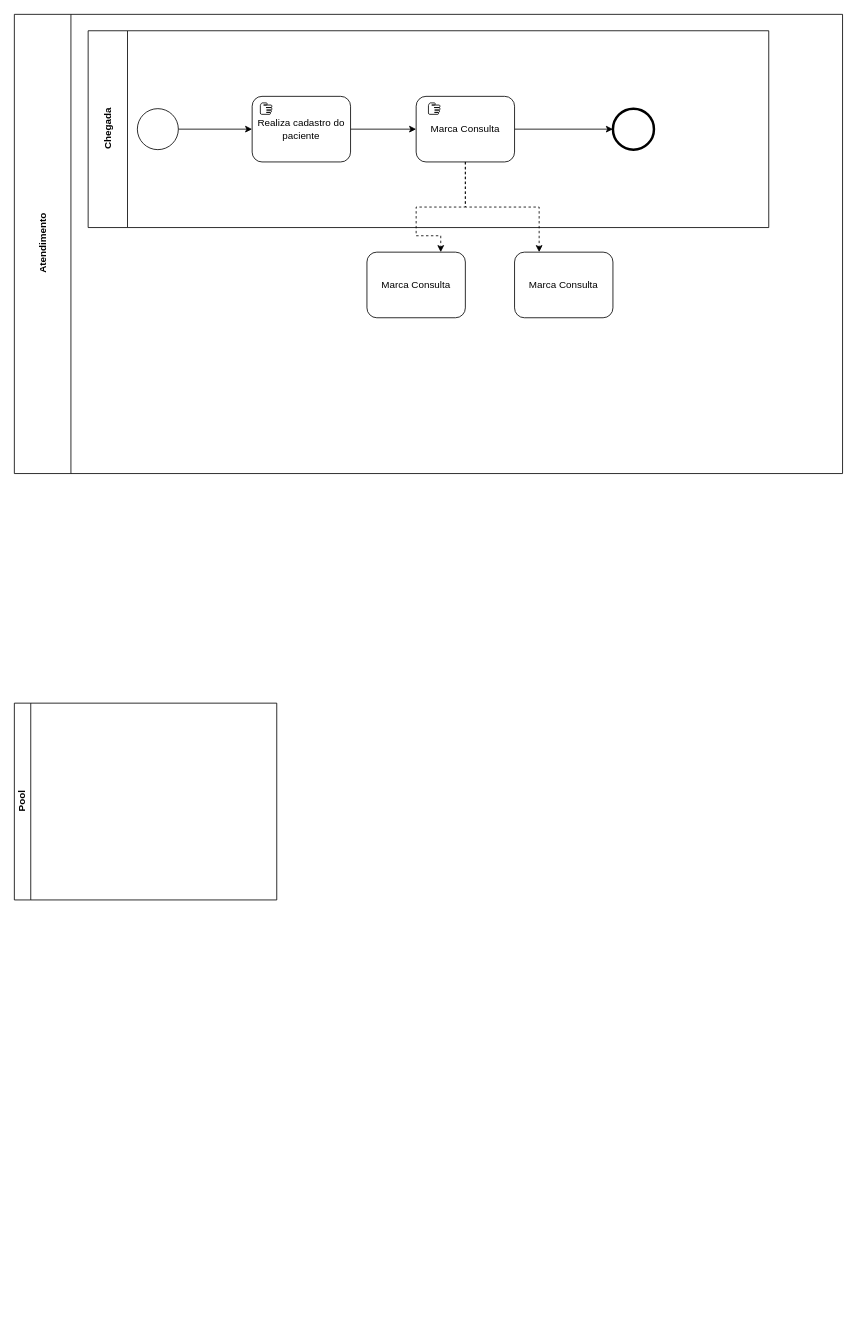
This is Untitled Diagram.drawio from ArieiiV/BPMN, a draw.io file, before an edit. Source tidied: cells renumbered, new cells numbered last; positions are measured from the earlier drawing's top-left corner, leaving out a move shared by most shapes. Both pictures are drawn from the tidied source at 82%, with x=0, y=0 at pixel (14, 14).
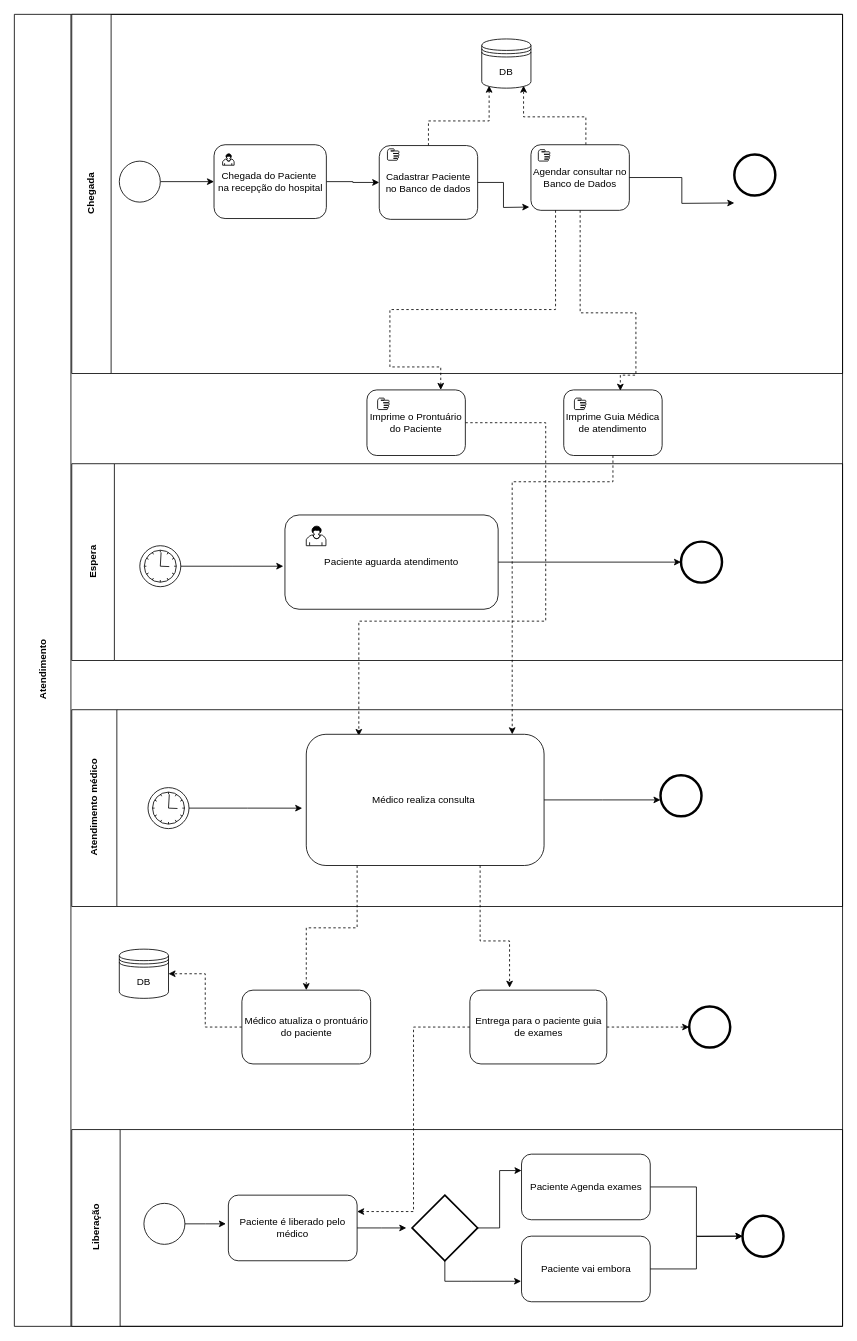
The same page after the edit.

Diff of the diagram source:
```diff
@@
     <mxCell id="2" value="Atendimento" style="swimlane;html=1;horizontal=0;startSize=69;" parent="1" vertex="1">
-      <mxGeometry width="1010" height="560" as="geometry" />
+      <mxGeometry width="1010" height="1600" as="geometry" />
     </mxCell>
     <mxCell id="3" value="Chegada" style="swimlane;html=1;horizontal=0;startSize=48;" parent="2" vertex="1">
-      <mxGeometry x="90" y="20" width="830" height="240" as="geometry" />
+      <mxGeometry x="70" width="940" height="438" as="geometry" />
     </mxCell>
-    <mxCell id="4" style="edgeStyle=orthogonalEdgeStyle;rounded=0;jettySize=auto;html=1;entryX=0;entryY=0.5;entryDx=0;entryDy=0;" parent="3" edge="1" source="5" target="7">
-      <mxGeometry relative="1" as="geometry" />
-    </mxCell>
+    <mxCell id="18" style="edgeStyle=orthogonalEdgeStyle;rounded=0;jettySize=auto;html=1;entryX=0;entryY=0.5;entryDx=0;entryDy=0;" parent="3" edge="1" source="5" target="22">
+      <mxGeometry relative="1" as="geometry" />
+    </mxCell>
     <mxCell id="5" style="shape=mxgraph.bpmn.shape;html=1;verticalLabelPosition=bottom;labelBackgroundColor=#ffffff;verticalAlign=top;align=center;perimeter=ellipsePerimeter;outlineConnect=0;outline=standard;symbol=general;" parent="3" vertex="1">
-      <mxGeometry x="60" y="95" width="50" height="50" as="geometry" />
+      <mxGeometry x="58" y="179" width="50" height="50" as="geometry" />
     </mxCell>
-    <mxCell id="6" style="edgeStyle=orthogonalEdgeStyle;rounded=0;jettySize=auto;html=1;entryX=0;entryY=0.5;entryDx=0;entryDy=0;" parent="3" edge="1" source="7" target="10">
-      <mxGeometry relative="1" as="geometry" />
-    </mxCell>
+    <mxCell id="19" style="edgeStyle=orthogonalEdgeStyle;rounded=0;jettySize=auto;html=1;entryX=0.15;entryY=0.95;entryDx=0;entryDy=0;entryPerimeter=0;dashed=1;" parent="3" edge="1" source="7" target="24">
+      <mxGeometry relative="1" as="geometry">
+        <Array as="points">
+          <mxPoint x="435" y="130" />
+          <mxPoint x="509" y="130" />
+        </Array>
+      </mxGeometry>
+    </mxCell>
-    <mxCell id="7" value="Realiza cadastro do paciente" style="shape=ext;rounded=1;html=1;whiteSpace=wrap;" parent="3" vertex="1">
-      <mxGeometry x="200" y="80" width="120" height="80" as="geometry" />
+    <mxCell id="7" value="Cadastrar Paciente no Banco de dados" style="shape=ext;rounded=1;html=1;whiteSpace=wrap;direction=south;" parent="3" vertex="1">
+      <mxGeometry x="375" y="160" width="120" height="90" as="geometry" />
     </mxCell>
     <mxCell id="8" style="shape=mxgraph.bpmn.manual_task;html=1;" parent="3" vertex="1">
-      <mxGeometry x="210" y="88" width="14" height="14" as="geometry" />
+      <mxGeometry x="385" y="164" width="14" height="14" as="geometry" />
     </mxCell>
-    <mxCell id="9" style="edgeStyle=orthogonalEdgeStyle;rounded=0;jettySize=auto;html=1;entryX=0;entryY=0.5;entryDx=0;entryDy=0;" parent="3" edge="1" source="10" target="12">
-      <mxGeometry relative="1" as="geometry" />
-    </mxCell>
+    <mxCell id="20" style="edgeStyle=orthogonalEdgeStyle;rounded=0;jettySize=auto;html=1;entryX=0.85;entryY=0.95;entryDx=0;entryDy=0;entryPerimeter=0;dashed=1;" parent="3" edge="1" source="10" target="24">
+      <mxGeometry relative="1" as="geometry">
+        <Array as="points">
+          <mxPoint x="627" y="125" />
+          <mxPoint x="551" y="125" />
+        </Array>
+      </mxGeometry>
+    </mxCell>
-    <mxCell id="10" value="Marca Consulta" style="shape=ext;rounded=1;html=1;whiteSpace=wrap;" parent="3" vertex="1">
-      <mxGeometry x="400" y="80" width="120" height="80" as="geometry" />
+    <mxCell id="10" value="Agendar consultar no Banco de Dados" style="shape=ext;rounded=1;html=1;whiteSpace=wrap;" parent="3" vertex="1">
+      <mxGeometry x="560" y="159" width="120" height="80" as="geometry" />
     </mxCell>
     <mxCell id="11" style="shape=mxgraph.bpmn.manual_task;html=1;" parent="3" vertex="1">
-      <mxGeometry x="415" y="88" width="14" height="14" as="geometry" />
+      <mxGeometry x="569" y="165" width="14" height="14" as="geometry" />
     </mxCell>
     <mxCell id="12" style="shape=mxgraph.bpmn.shape;html=1;verticalLabelPosition=bottom;labelBackgroundColor=#ffffff;verticalAlign=top;align=center;perimeter=ellipsePerimeter;outlineConnect=0;outline=end;symbol=general;" parent="3" vertex="1">
-      <mxGeometry x="640" y="95" width="50" height="50" as="geometry" />
+      <mxGeometry x="808" y="171" width="50" height="50" as="geometry" />
     </mxCell>
+    <mxCell id="21" style="edgeStyle=orthogonalEdgeStyle;rounded=0;jettySize=auto;html=1;entryX=0.5;entryY=1;entryDx=0;entryDy=0;" parent="3" edge="1" source="22" target="7">
+      <mxGeometry relative="1" as="geometry" />
+    </mxCell>
+    <mxCell id="22" value="Chegada do Paciente&amp;nbsp; na recepção do hospital" style="shape=ext;rounded=1;html=1;whiteSpace=wrap;" parent="3" vertex="1">
+      <mxGeometry x="173.5" y="159" width="137" height="90" as="geometry" />
+    </mxCell>
+    <mxCell id="23" style="shape=mxgraph.bpmn.user_task;html=1;" parent="3" vertex="1">
+      <mxGeometry x="184" y="170" width="14" height="14" as="geometry" />
+    </mxCell>
+    <mxCell id="24" value="DB" style="shape=datastore;whiteSpace=wrap;html=1;" parent="3" vertex="1">
+      <mxGeometry x="500" y="30" width="60" height="60" as="geometry" />
+    </mxCell>
+    <mxCell id="25" style="edgeStyle=orthogonalEdgeStyle;rounded=0;jettySize=auto;html=1;entryX=0.221;entryY=0.013;entryDx=0;entryDy=0;entryPerimeter=0;dashed=1;" parent="2" edge="1" source="13" target="35">
+      <mxGeometry relative="1" as="geometry">
+        <Array as="points">
+          <mxPoint x="648" y="498" />
+          <mxPoint x="648" y="740" />
+          <mxPoint x="420" y="740" />
+        </Array>
+      </mxGeometry>
+    </mxCell>
-    <mxCell id="13" value="Marca Consulta" style="shape=ext;rounded=1;html=1;whiteSpace=wrap;" parent="2" vertex="1">
-      <mxGeometry x="430" y="290" width="120" height="80" as="geometry" />
+    <mxCell id="13" value="Imprime o Prontuário do Paciente" style="shape=ext;rounded=1;html=1;whiteSpace=wrap;" parent="2" vertex="1">
+      <mxGeometry x="430" y="458" width="120" height="80" as="geometry" />
     </mxCell>
-    <mxCell id="14" value="Marca Consulta" style="shape=ext;rounded=1;html=1;whiteSpace=wrap;" parent="2" vertex="1">
-      <mxGeometry x="610" y="290" width="120" height="80" as="geometry" />
+    <mxCell id="14" value="Imprime Guia Médica de atendimento" style="shape=ext;rounded=1;html=1;whiteSpace=wrap;" parent="2" vertex="1">
+      <mxGeometry x="670" y="458" width="120" height="80" as="geometry" />
     </mxCell>
-    <mxCell id="15" style="edgeStyle=orthogonalEdgeStyle;rounded=0;jettySize=auto;html=1;dashed=1;" parent="2" edge="1" source="10">
-      <mxGeometry relative="1" as="geometry">
-        <mxPoint x="520" y="290" as="targetPoint" />
-        <Array as="points">
-          <mxPoint x="550" y="235" />
-          <mxPoint x="490" y="235" />
-          <mxPoint x="490" y="270" />
-          <mxPoint x="520" y="270" />
-        </Array>
-      </mxGeometry>
-    </mxCell>
+    <mxCell id="17" value="Espera" style="swimlane;html=1;horizontal=0;startSize=52;" parent="2" vertex="1">
+      <mxGeometry x="70" y="548" width="940" height="240" as="geometry" />
+    </mxCell>
+    <mxCell id="26" style="shape=mxgraph.bpmn.shape;html=1;verticalLabelPosition=bottom;labelBackgroundColor=#ffffff;verticalAlign=top;align=center;perimeter=ellipsePerimeter;outlineConnect=0;outline=standard;symbol=timer;" parent="17" vertex="1">
+      <mxGeometry x="83" y="100" width="50" height="50" as="geometry" />
+    </mxCell>
+    <mxCell id="27" style="edgeStyle=orthogonalEdgeStyle;rounded=0;jettySize=auto;html=1;entryX=0;entryY=0.5;entryDx=0;entryDy=0;" parent="17" edge="1" source="28" target="29">
+      <mxGeometry relative="1" as="geometry" />
+    </mxCell>
+    <mxCell id="28" value="Paciente aguarda atendimento" style="shape=ext;rounded=1;html=1;whiteSpace=wrap;" parent="17" vertex="1">
+      <mxGeometry x="260" y="62.5" width="260" height="115" as="geometry" />
+    </mxCell>
+    <mxCell id="29" style="shape=mxgraph.bpmn.shape;html=1;verticalLabelPosition=bottom;labelBackgroundColor=#ffffff;verticalAlign=top;align=center;perimeter=ellipsePerimeter;outlineConnect=0;outline=end;symbol=general;" parent="17" vertex="1">
+      <mxGeometry x="743" y="95" width="50" height="50" as="geometry" />
+    </mxCell>
+    <mxCell id="30" style="shape=mxgraph.bpmn.user_task;html=1;" parent="17" vertex="1">
+      <mxGeometry x="286" y="76" width="24" height="24" as="geometry" />
+    </mxCell>
+    <mxCell id="31" style="shape=mxgraph.bpmn.manual_task;html=1;" parent="2" vertex="1">
+      <mxGeometry x="443" y="468" width="14" height="14" as="geometry" />
+    </mxCell>
+    <mxCell id="32" style="shape=mxgraph.bpmn.manual_task;html=1;" parent="2" vertex="1">
+      <mxGeometry x="683" y="468" width="14" height="14" as="geometry" />
+    </mxCell>
+    <mxCell id="33" style="edgeStyle=orthogonalEdgeStyle;rounded=0;jettySize=auto;html=1;exitX=0.25;exitY=1;exitDx=0;exitDy=0;entryX=0.75;entryY=0;entryDx=0;entryDy=0;dashed=1;" parent="2" edge="1" source="10" target="13">
+      <mxGeometry relative="1" as="geometry">
+        <Array as="points">
+          <mxPoint x="660" y="360" />
+          <mxPoint x="458" y="360" />
+          <mxPoint x="458" y="430" />
+          <mxPoint x="520" y="430" />
+        </Array>
+      </mxGeometry>
+    </mxCell>
+    <mxCell id="34" value="Atendimento médico" style="swimlane;html=1;horizontal=0;startSize=55;" parent="2" vertex="1">
+      <mxGeometry x="70" y="848" width="940" height="240" as="geometry" />
+    </mxCell>
+    <mxCell id="35" value="Médico realiza consulta&amp;nbsp;" style="shape=ext;rounded=1;html=1;whiteSpace=wrap;" parent="34" vertex="1">
+      <mxGeometry x="286" y="30" width="290" height="160" as="geometry" />
+    </mxCell>
+    <mxCell id="36" style="edgeStyle=orthogonalEdgeStyle;rounded=0;jettySize=auto;html=1;entryX=-0.017;entryY=0.563;entryDx=0;entryDy=0;entryPerimeter=0;" parent="34" edge="1" source="37" target="35">
+      <mxGeometry relative="1" as="geometry" />
+    </mxCell>
+    <mxCell id="37" style="shape=mxgraph.bpmn.shape;html=1;verticalLabelPosition=bottom;labelBackgroundColor=#ffffff;verticalAlign=top;align=center;perimeter=ellipsePerimeter;outlineConnect=0;outline=standard;symbol=timer;" parent="34" vertex="1">
+      <mxGeometry x="93" y="95" width="50" height="50" as="geometry" />
+    </mxCell>
+    <mxCell id="38" style="shape=mxgraph.bpmn.shape;html=1;verticalLabelPosition=bottom;labelBackgroundColor=#ffffff;verticalAlign=top;align=center;perimeter=ellipsePerimeter;outline=end;symbol=general;" parent="34" vertex="1">
+      <mxGeometry x="718" y="80" width="50" height="50" as="geometry" />
+    </mxCell>
+    <mxCell id="39" style="edgeStyle=orthogonalEdgeStyle;rounded=0;jettySize=auto;html=1;entryX=1;entryY=0.5;entryDx=0;entryDy=0;dashed=1;" parent="2" edge="1" source="40" target="56">
+      <mxGeometry relative="1" as="geometry" />
+    </mxCell>
+    <mxCell id="40" value="Médico atualiza o prontuário do paciente" style="shape=ext;rounded=1;html=1;whiteSpace=wrap;" parent="2" vertex="1">
+      <mxGeometry x="277.5" y="1190" width="157" height="90" as="geometry" />
+    </mxCell>
+    <mxCell id="41" style="edgeStyle=orthogonalEdgeStyle;rounded=0;jettySize=auto;html=1;entryX=0;entryY=0.5;entryDx=0;entryDy=0;dashed=1;" parent="2" edge="1" source="43" target="57">
+      <mxGeometry relative="1" as="geometry" />
+    </mxCell>
+    <mxCell id="42" style="edgeStyle=orthogonalEdgeStyle;rounded=0;jettySize=auto;html=1;entryX=1;entryY=0.25;entryDx=0;entryDy=0;dashed=1;" parent="2" edge="1" source="43" target="52">
+      <mxGeometry relative="1" as="geometry" />
+    </mxCell>
+    <mxCell id="43" value="Entrega para o paciente guia de exames" style="shape=ext;rounded=1;html=1;whiteSpace=wrap;" parent="2" vertex="1">
+      <mxGeometry x="555.5" y="1190" width="167" height="90" as="geometry" />
+    </mxCell>
-    <mxCell id="16" style="edgeStyle=orthogonalEdgeStyle;rounded=0;jettySize=auto;html=1;entryX=0.25;entryY=0;entryDx=0;entryDy=0;dashed=1;" parent="2" edge="1" source="10" target="14">
-      <mxGeometry relative="1" as="geometry" />
+    <mxCell id="16" style="edgeStyle=orthogonalEdgeStyle;rounded=0;jettySize=auto;html=1;entryX=0.575;entryY=0.013;entryDx=0;entryDy=0;entryPerimeter=0;dashed=1;" parent="2" edge="1" source="10" target="14">
+      <mxGeometry relative="1" as="geometry">
+        <Array as="points">
+          <mxPoint x="690" y="364" />
+          <mxPoint x="758" y="364" />
+          <mxPoint x="758" y="440" />
+          <mxPoint x="739" y="440" />
+        </Array>
+      </mxGeometry>
     </mxCell>
-    <mxCell id="17" value="Pool" style="swimlane;html=1;horizontal=0;startSize=20;" parent="1" vertex="1">
-      <mxGeometry y="840" width="320" height="240" as="geometry" />
-    </mxCell>
+    <mxCell id="44" style="edgeStyle=orthogonalEdgeStyle;rounded=0;jettySize=auto;html=1;dashed=1;entryX=0.866;entryY=0;entryDx=0;entryDy=0;entryPerimeter=0;" parent="2" edge="1" source="14" target="35">
+      <mxGeometry relative="1" as="geometry">
+        <Array as="points">
+          <mxPoint x="730" y="570" />
+          <mxPoint x="607" y="570" />
+        </Array>
+      </mxGeometry>
+    </mxCell>
+    <mxCell id="45" style="edgeStyle=orthogonalEdgeStyle;rounded=0;jettySize=auto;html=1;entryX=0.5;entryY=0;entryDx=0;entryDy=0;dashed=1;" parent="2" edge="1" source="35" target="40">
+      <mxGeometry relative="1" as="geometry">
+        <Array as="points">
+          <mxPoint x="418" y="1114" />
+          <mxPoint x="356" y="1114" />
+        </Array>
+      </mxGeometry>
+    </mxCell>
+    <mxCell id="46" style="edgeStyle=orthogonalEdgeStyle;rounded=0;jettySize=auto;html=1;entryX=0.29;entryY=-0.033;entryDx=0;entryDy=0;entryPerimeter=0;dashed=1;" parent="2" edge="1" source="35" target="43">
+      <mxGeometry relative="1" as="geometry">
+        <Array as="points">
+          <mxPoint x="568" y="1130" />
+          <mxPoint x="604" y="1130" />
+        </Array>
+      </mxGeometry>
+    </mxCell>
+    <mxCell id="47" value="Liberação" style="swimlane;html=1;horizontal=0;startSize=59;" parent="2" vertex="1">
+      <mxGeometry x="70" y="1360" width="940" height="240" as="geometry" />
+    </mxCell>
+    <mxCell id="48" style="edgeStyle=orthogonalEdgeStyle;rounded=0;jettySize=auto;html=1;entryX=0;entryY=0.5;entryDx=0;entryDy=0;" parent="47" edge="1" source="49" target="55">
+      <mxGeometry relative="1" as="geometry" />
+    </mxCell>
+    <mxCell id="49" value="Paciente Agenda exames" style="shape=ext;rounded=1;html=1;whiteSpace=wrap;" parent="47" vertex="1">
+      <mxGeometry x="548.5" y="30" width="157" height="80" as="geometry" />
+    </mxCell>
+    <mxCell id="50" style="shape=mxgraph.bpmn.shape;html=1;verticalLabelPosition=bottom;labelBackgroundColor=#ffffff;verticalAlign=top;align=center;perimeter=ellipsePerimeter;outlineConnect=0;outline=standard;symbol=general;" parent="47" vertex="1">
+      <mxGeometry x="88" y="90" width="50" height="50" as="geometry" />
+    </mxCell>
+    <mxCell id="51" style="strokeWidth=2;html=1;shape=mxgraph.flowchart.decision;whiteSpace=wrap;" parent="47" vertex="1">
+      <mxGeometry x="415" y="80" width="80" height="80" as="geometry" />
+    </mxCell>
+    <mxCell id="52" value="Paciente é liberado pelo médico" style="shape=ext;rounded=1;html=1;whiteSpace=wrap;" parent="47" vertex="1">
+      <mxGeometry x="191" y="80" width="157" height="80" as="geometry" />
+    </mxCell>
+    <mxCell id="53" value="Paciente vai embora" style="shape=ext;rounded=1;html=1;whiteSpace=wrap;" parent="47" vertex="1">
+      <mxGeometry x="548.5" y="130" width="157" height="80" as="geometry" />
+    </mxCell>
+    <mxCell id="54" style="edgeStyle=orthogonalEdgeStyle;rounded=0;jettySize=auto;html=1;entryX=0;entryY=0.25;entryDx=0;entryDy=0;" parent="47" edge="1" source="51" target="49">
+      <mxGeometry relative="1" as="geometry" />
+    </mxCell>
+    <mxCell id="55" style="shape=mxgraph.bpmn.shape;html=1;verticalLabelPosition=bottom;labelBackgroundColor=#ffffff;verticalAlign=top;align=center;perimeter=ellipsePerimeter;outlineConnect=0;outline=end;symbol=general;" parent="47" vertex="1">
+      <mxGeometry x="818" y="105" width="50" height="50" as="geometry" />
+    </mxCell>
+    <mxCell id="56" value="DB" style="shape=datastore;whiteSpace=wrap;html=1;" parent="2" vertex="1">
+      <mxGeometry x="128" y="1140" width="60" height="60" as="geometry" />
+    </mxCell>
+    <mxCell id="57" style="shape=mxgraph.bpmn.shape;html=1;verticalLabelPosition=bottom;labelBackgroundColor=#ffffff;verticalAlign=top;align=center;perimeter=ellipsePerimeter;outlineConnect=0;outline=end;symbol=general;" parent="2" vertex="1">
+      <mxGeometry x="823" y="1210" width="50" height="50" as="geometry" />
+    </mxCell>
+    <mxCell id="58" style="edgeStyle=orthogonalEdgeStyle;rounded=0;jettySize=auto;html=1;" parent="1" edge="1" source="7">
+      <mxGeometry relative="1" as="geometry">
+        <mxPoint x="628" y="235" as="targetPoint" />
+      </mxGeometry>
+    </mxCell>
+    <mxCell id="59" style="edgeStyle=orthogonalEdgeStyle;rounded=0;jettySize=auto;html=1;" parent="1" edge="1" source="10">
+      <mxGeometry relative="1" as="geometry">
+        <mxPoint x="878" y="230" as="targetPoint" />
+      </mxGeometry>
+    </mxCell>
+    <mxCell id="60" style="edgeStyle=orthogonalEdgeStyle;rounded=0;jettySize=auto;html=1;" parent="1" edge="1" source="26">
+      <mxGeometry relative="1" as="geometry">
+        <mxPoint x="328" y="673" as="targetPoint" />
+      </mxGeometry>
+    </mxCell>
+    <mxCell id="61" style="edgeStyle=orthogonalEdgeStyle;rounded=0;jettySize=auto;html=1;" parent="1" edge="1" source="35">
+      <mxGeometry relative="1" as="geometry">
+        <mxPoint x="788" y="958" as="targetPoint" />
+      </mxGeometry>
+    </mxCell>
+    <mxCell id="62" style="edgeStyle=orthogonalEdgeStyle;rounded=0;jettySize=auto;html=1;" parent="1" edge="1" source="50">
+      <mxGeometry relative="1" as="geometry">
+        <mxPoint x="258" y="1475" as="targetPoint" />
+      </mxGeometry>
+    </mxCell>
+    <mxCell id="63" style="edgeStyle=orthogonalEdgeStyle;rounded=0;jettySize=auto;html=1;" parent="1" edge="1" source="52">
+      <mxGeometry relative="1" as="geometry">
+        <mxPoint x="478" y="1480" as="targetPoint" />
+      </mxGeometry>
+    </mxCell>
+    <mxCell id="64" style="edgeStyle=orthogonalEdgeStyle;rounded=0;jettySize=auto;html=1;" parent="1" edge="1" source="51">
+      <mxGeometry relative="1" as="geometry">
+        <mxPoint x="618" y="1545" as="targetPoint" />
+        <Array as="points">
+          <mxPoint x="525" y="1545" />
+          <mxPoint x="558" y="1545" />
+        </Array>
+      </mxGeometry>
+    </mxCell>
+    <mxCell id="65" style="edgeStyle=orthogonalEdgeStyle;rounded=0;jettySize=auto;html=1;" parent="1" edge="1" source="53">
+      <mxGeometry relative="1" as="geometry">
+        <mxPoint x="888" y="1490" as="targetPoint" />
+      </mxGeometry>
+    </mxCell>
```
